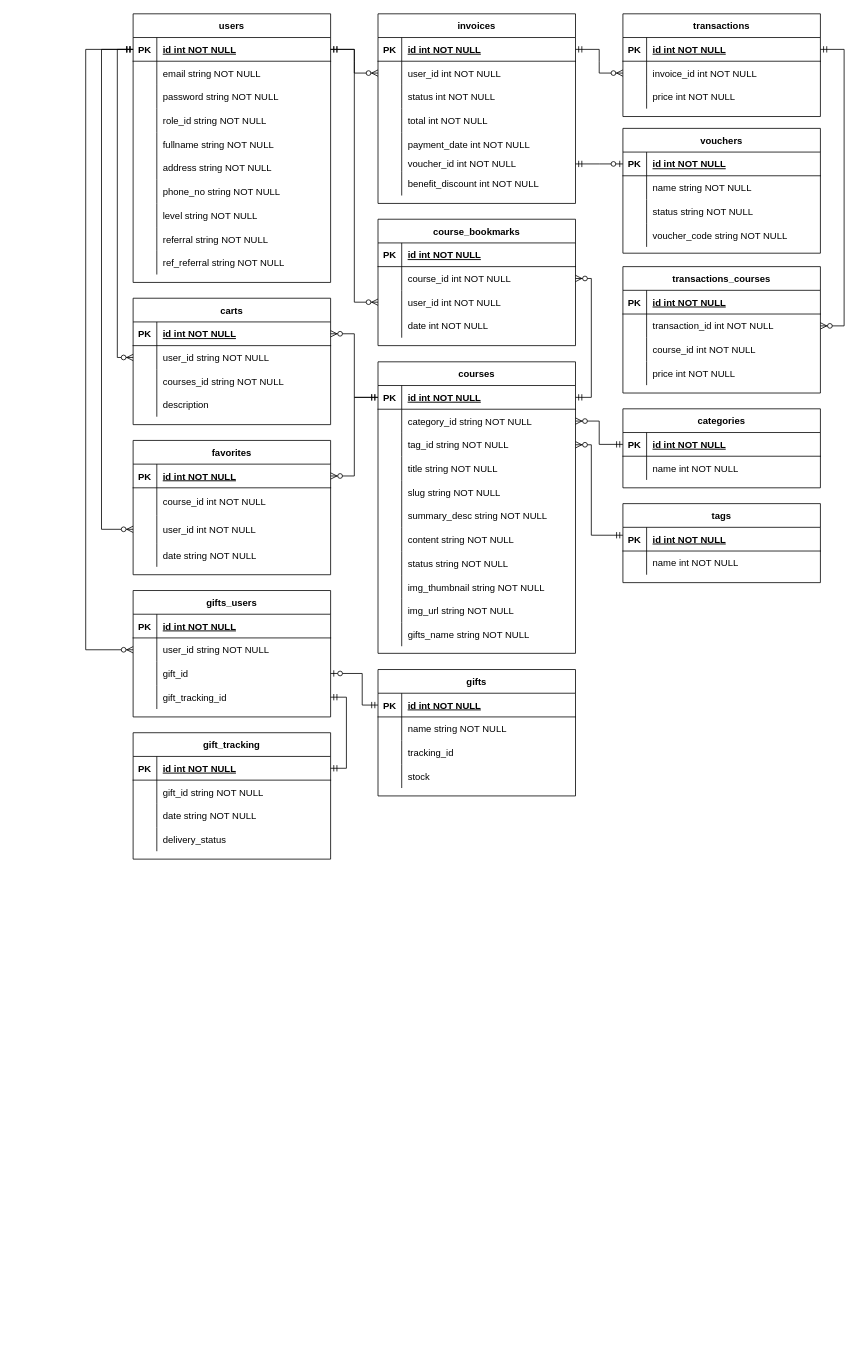
The draw.io diagram online-learning.drawio in azmiadhani/diagramsnet, before the edit. Source tidied: cells renumbered, new cells numbered last; positions are measured from the earlier drawing's top-left corner, leaving out a move shared by most shapes. Both pictures are drawn from the tidied source at 79%, with x=0, y=0 at pixel (6, 13).
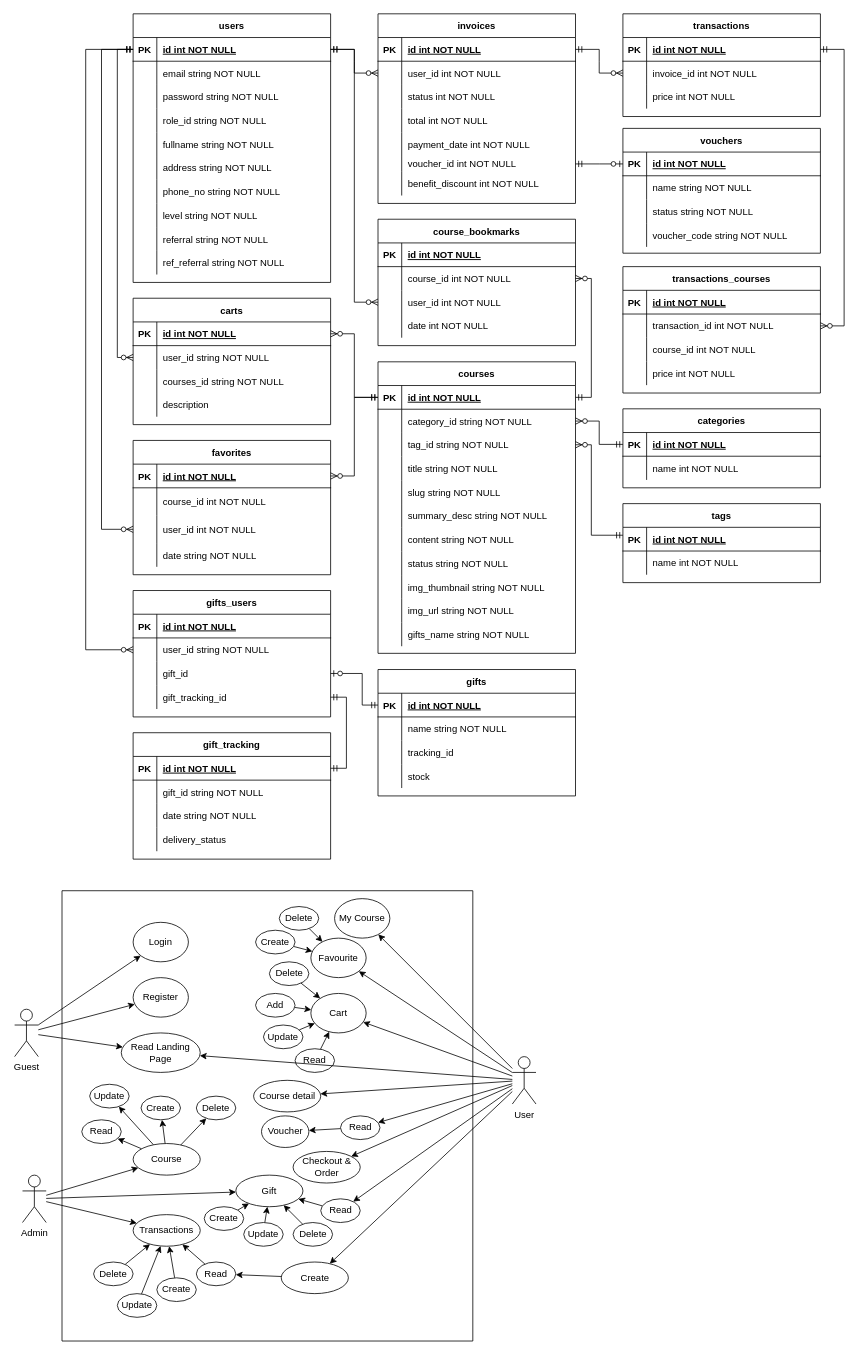
After the change.

Diff of the diagram source:
```diff
@@
+    <mxCell id="232" value="Guest" style="shape=umlActor;verticalLabelPosition=bottom;verticalAlign=top;html=1;outlineConnect=0;" parent="1" vertex="1">
+      <mxGeometry x="10" y="1260" width="30" height="60" as="geometry" />
+    </mxCell>
+    <mxCell id="233" style="edgeStyle=none;rounded=0;jettySize=auto;html=1;" parent="1" edge="1" source="238" target="260">
+      <mxGeometry relative="1" as="geometry" />
+    </mxCell>
+    <mxCell id="234" style="edgeStyle=none;rounded=0;jettySize=auto;html=1;" parent="1" edge="1" source="238" target="261">
+      <mxGeometry relative="1" as="geometry" />
+    </mxCell>
+    <mxCell id="235" style="edgeStyle=none;rounded=0;jettySize=auto;html=1;" parent="1" edge="1" source="238" target="263">
+      <mxGeometry relative="1" as="geometry" />
+    </mxCell>
+    <mxCell id="236" style="edgeStyle=none;rounded=0;jettySize=auto;html=1;" parent="1" edge="1" source="238" target="264">
+      <mxGeometry relative="1" as="geometry" />
+    </mxCell>
+    <mxCell id="237" style="edgeStyle=none;rounded=0;jettySize=auto;html=1;" parent="1" edge="1" source="238" target="273">
+      <mxGeometry relative="1" as="geometry" />
+    </mxCell>
+    <mxCell id="238" value="User" style="shape=umlActor;verticalLabelPosition=bottom;verticalAlign=top;html=1;outlineConnect=0;" parent="1" vertex="1">
+      <mxGeometry x="640" y="1320" width="30" height="60" as="geometry" />
+    </mxCell>
+    <mxCell id="239" style="swimlane;startSize=0;" parent="1" vertex="1">
+      <mxGeometry x="70" y="1110" width="520" height="570" as="geometry" />
+    </mxCell>
+    <mxCell id="240" value="Login" style="ellipse;whiteSpace=wrap;html=1;" parent="239" vertex="1">
+      <mxGeometry x="90" y="40" width="70" height="50" as="geometry" />
+    </mxCell>
+    <mxCell id="241" value="Register" style="ellipse;whiteSpace=wrap;html=1;" parent="239" vertex="1">
+      <mxGeometry x="90" y="110" width="70" height="50" as="geometry" />
+    </mxCell>
+    <mxCell id="242" value="Read Landing Page" style="ellipse;whiteSpace=wrap;html=1;" parent="239" vertex="1">
+      <mxGeometry x="75" y="180" width="100" height="50" as="geometry" />
+    </mxCell>
+    <mxCell id="243" value="My Course" style="ellipse;whiteSpace=wrap;html=1;" parent="239" vertex="1">
+      <mxGeometry x="345" y="10" width="70" height="50" as="geometry" />
+    </mxCell>
+    <mxCell id="244" value="Favourite" style="ellipse;whiteSpace=wrap;html=1;" parent="239" vertex="1">
+      <mxGeometry x="315" y="60" width="70" height="50" as="geometry" />
+    </mxCell>
+    <mxCell id="245" value="Cart" style="ellipse;whiteSpace=wrap;html=1;" parent="239" vertex="1">
+      <mxGeometry x="315" y="130" width="70" height="50" as="geometry" />
+    </mxCell>
+    <mxCell id="246" style="edgeStyle=none;rounded=0;jettySize=auto;html=1;" parent="239" edge="1" source="247" target="245">
+      <mxGeometry relative="1" as="geometry" />
+    </mxCell>
+    <mxCell id="247" value="Delete" style="ellipse;whiteSpace=wrap;html=1;" parent="239" vertex="1">
+      <mxGeometry x="262.5" y="90" width="50" height="30" as="geometry" />
+    </mxCell>
+    <mxCell id="248" style="edgeStyle=none;rounded=0;jettySize=auto;html=1;" parent="239" edge="1" source="249" target="245">
+      <mxGeometry relative="1" as="geometry" />
+    </mxCell>
+    <mxCell id="249" value="Add" style="ellipse;whiteSpace=wrap;html=1;" parent="239" vertex="1">
+      <mxGeometry x="245" y="130" width="50" height="30" as="geometry" />
+    </mxCell>
+    <mxCell id="250" style="edgeStyle=none;rounded=0;jettySize=auto;html=1;" parent="239" edge="1" source="251" target="245">
+      <mxGeometry relative="1" as="geometry" />
+    </mxCell>
+    <mxCell id="251" value="Update" style="ellipse;whiteSpace=wrap;html=1;" parent="239" vertex="1">
+      <mxGeometry x="255" y="170" width="50" height="30" as="geometry" />
+    </mxCell>
+    <mxCell id="252" style="edgeStyle=none;rounded=0;jettySize=auto;html=1;" parent="239" edge="1" source="253" target="245">
+      <mxGeometry relative="1" as="geometry" />
+    </mxCell>
+    <mxCell id="253" value="Read" style="ellipse;whiteSpace=wrap;html=1;" parent="239" vertex="1">
+      <mxGeometry x="295" y="200" width="50" height="30" as="geometry" />
+    </mxCell>
+    <mxCell id="254" style="edgeStyle=none;rounded=0;jettySize=auto;html=1;" parent="239" edge="1" source="255" target="244">
+      <mxGeometry relative="1" as="geometry" />
+    </mxCell>
+    <mxCell id="255" value="Create" style="ellipse;whiteSpace=wrap;html=1;" parent="239" vertex="1">
+      <mxGeometry x="245" y="50" width="50" height="30" as="geometry" />
+    </mxCell>
+    <mxCell id="256" style="edgeStyle=none;rounded=0;jettySize=auto;html=1;" parent="239" edge="1" source="257" target="244">
+      <mxGeometry relative="1" as="geometry" />
+    </mxCell>
+    <mxCell id="257" value="Delete" style="ellipse;whiteSpace=wrap;html=1;" parent="239" vertex="1">
+      <mxGeometry x="275" y="20" width="50" height="30" as="geometry" />
+    </mxCell>
+    <mxCell id="258" value="Voucher" style="ellipse;whiteSpace=wrap;html=1;" parent="239" vertex="1">
+      <mxGeometry x="252.5" y="285" width="60" height="40" as="geometry" />
+    </mxCell>
+    <mxCell id="259" style="edgeStyle=none;rounded=0;jettySize=auto;html=1;" parent="239" edge="1" source="260" target="258">
+      <mxGeometry relative="1" as="geometry" />
+    </mxCell>
+    <mxCell id="260" value="Read" style="ellipse;whiteSpace=wrap;html=1;" parent="239" vertex="1">
+      <mxGeometry x="352.5" y="285" width="50" height="30" as="geometry" />
+    </mxCell>
+    <mxCell id="261" value="Checkout &amp;amp; Order" style="ellipse;whiteSpace=wrap;html=1;" parent="239" vertex="1">
+      <mxGeometry x="292.5" y="330" width="85" height="40" as="geometry" />
+    </mxCell>
+    <mxCell id="262" style="edgeStyle=none;rounded=0;jettySize=auto;html=1;" parent="239" edge="1" source="263" target="285">
+      <mxGeometry relative="1" as="geometry" />
+    </mxCell>
+    <mxCell id="263" value="Create" style="ellipse;whiteSpace=wrap;html=1;" parent="239" vertex="1">
+      <mxGeometry x="277.5" y="470" width="85" height="40" as="geometry" />
+    </mxCell>
+    <mxCell id="264" value="Course detail" style="ellipse;whiteSpace=wrap;html=1;" parent="239" vertex="1">
+      <mxGeometry x="242.5" y="240" width="85" height="40" as="geometry" />
+    </mxCell>
+    <mxCell id="265" value="Gift" style="ellipse;whiteSpace=wrap;html=1;" parent="239" vertex="1">
+      <mxGeometry x="220" y="360" width="85" height="40" as="geometry" />
+    </mxCell>
+    <mxCell id="266" style="edgeStyle=none;rounded=0;jettySize=auto;html=1;" parent="239" edge="1" source="267" target="265">
+      <mxGeometry relative="1" as="geometry" />
+    </mxCell>
+    <mxCell id="267" value="Delete" style="ellipse;whiteSpace=wrap;html=1;" parent="239" vertex="1">
+      <mxGeometry x="292.5" y="420" width="50" height="30" as="geometry" />
+    </mxCell>
+    <mxCell id="268" style="edgeStyle=none;rounded=0;jettySize=auto;html=1;" parent="239" edge="1" source="269" target="265">
+      <mxGeometry relative="1" as="geometry" />
+    </mxCell>
+    <mxCell id="269" value="Create" style="ellipse;whiteSpace=wrap;html=1;" parent="239" vertex="1">
+      <mxGeometry x="180" y="400" width="50" height="30" as="geometry" />
+    </mxCell>
+    <mxCell id="270" style="edgeStyle=none;rounded=0;jettySize=auto;html=1;" parent="239" edge="1" source="271" target="265">
+      <mxGeometry relative="1" as="geometry" />
+    </mxCell>
+    <mxCell id="271" value="Update" style="ellipse;whiteSpace=wrap;html=1;" parent="239" vertex="1">
+      <mxGeometry x="230" y="420" width="50" height="30" as="geometry" />
+    </mxCell>
+    <mxCell id="272" style="edgeStyle=none;rounded=0;jettySize=auto;html=1;" parent="239" edge="1" source="273" target="265">
+      <mxGeometry relative="1" as="geometry" />
+    </mxCell>
+    <mxCell id="273" value="Read" style="ellipse;whiteSpace=wrap;html=1;" parent="239" vertex="1">
+      <mxGeometry x="327.5" y="390" width="50" height="30" as="geometry" />
+    </mxCell>
+    <mxCell id="274" style="edgeStyle=none;rounded=0;jettySize=auto;html=1;" parent="239" edge="1" source="278" target="279">
+      <mxGeometry relative="1" as="geometry" />
+    </mxCell>
+    <mxCell id="275" style="edgeStyle=none;rounded=0;jettySize=auto;html=1;" parent="239" edge="1" source="278" target="280">
+      <mxGeometry relative="1" as="geometry" />
+    </mxCell>
+    <mxCell id="276" style="edgeStyle=none;rounded=0;jettySize=auto;html=1;" parent="239" edge="1" source="278" target="282">
+      <mxGeometry relative="1" as="geometry" />
+    </mxCell>
+    <mxCell id="277" style="edgeStyle=none;rounded=0;jettySize=auto;html=1;" parent="239" edge="1" source="278" target="281">
+      <mxGeometry relative="1" as="geometry" />
+    </mxCell>
+    <mxCell id="278" value="Course" style="ellipse;whiteSpace=wrap;html=1;" parent="239" vertex="1">
+      <mxGeometry x="90" y="320" width="85" height="40" as="geometry" />
+    </mxCell>
+    <mxCell id="279" value="Create" style="ellipse;whiteSpace=wrap;html=1;" parent="239" vertex="1">
+      <mxGeometry x="100" y="260" width="50" height="30" as="geometry" />
+    </mxCell>
+    <mxCell id="280" value="Update" style="ellipse;whiteSpace=wrap;html=1;" parent="239" vertex="1">
+      <mxGeometry x="35" y="245" width="50" height="30" as="geometry" />
+    </mxCell>
+    <mxCell id="281" value="Delete" style="ellipse;whiteSpace=wrap;html=1;" parent="239" vertex="1">
+      <mxGeometry x="170" y="260" width="50" height="30" as="geometry" />
+    </mxCell>
+    <mxCell id="282" value="Read" style="ellipse;whiteSpace=wrap;html=1;" parent="239" vertex="1">
+      <mxGeometry x="25" y="290" width="50" height="30" as="geometry" />
+    </mxCell>
+    <mxCell id="283" value="Transactions" style="ellipse;whiteSpace=wrap;html=1;" parent="239" vertex="1">
+      <mxGeometry x="90" y="410" width="85" height="40" as="geometry" />
+    </mxCell>
+    <mxCell id="284" style="edgeStyle=none;rounded=0;jettySize=auto;html=1;" parent="239" edge="1" source="285" target="283">
+      <mxGeometry relative="1" as="geometry" />
+    </mxCell>
+    <mxCell id="285" value="Read" style="ellipse;whiteSpace=wrap;html=1;" parent="239" vertex="1">
+      <mxGeometry x="170" y="470" width="50" height="30" as="geometry" />
+    </mxCell>
+    <mxCell id="286" style="edgeStyle=none;rounded=0;jettySize=auto;html=1;" parent="239" edge="1" source="287" target="283">
+      <mxGeometry relative="1" as="geometry" />
+    </mxCell>
+    <mxCell id="287" value="Create" style="ellipse;whiteSpace=wrap;html=1;" parent="239" vertex="1">
+      <mxGeometry x="120" y="490" width="50" height="30" as="geometry" />
+    </mxCell>
+    <mxCell id="288" style="edgeStyle=none;rounded=0;jettySize=auto;html=1;" parent="239" edge="1" source="289" target="283">
+      <mxGeometry relative="1" as="geometry" />
+    </mxCell>
+    <mxCell id="289" value="Delete" style="ellipse;whiteSpace=wrap;html=1;" parent="239" vertex="1">
+      <mxGeometry x="40" y="470" width="50" height="30" as="geometry" />
+    </mxCell>
+    <mxCell id="290" style="edgeStyle=none;rounded=0;jettySize=auto;html=1;" parent="239" edge="1" source="291" target="283">
+      <mxGeometry relative="1" as="geometry" />
+    </mxCell>
+    <mxCell id="291" value="Update" style="ellipse;whiteSpace=wrap;html=1;" parent="239" vertex="1">
+      <mxGeometry x="70" y="510" width="50" height="30" as="geometry" />
+    </mxCell>
+    <mxCell id="292" style="rounded=0;jettySize=auto;html=1;" parent="1" edge="1" source="232" target="240">
+      <mxGeometry relative="1" as="geometry" />
+    </mxCell>
+    <mxCell id="293" style="edgeStyle=none;rounded=0;jettySize=auto;html=1;" parent="1" edge="1" source="232" target="241">
+      <mxGeometry relative="1" as="geometry" />
+    </mxCell>
+    <mxCell id="294" style="rounded=0;jettySize=auto;html=1;" parent="1" edge="1" source="232" target="242">
+      <mxGeometry relative="1" as="geometry" />
+    </mxCell>
+    <mxCell id="295" style="edgeStyle=none;rounded=0;jettySize=auto;html=1;" parent="1" edge="1" source="238" target="242">
+      <mxGeometry relative="1" as="geometry" />
+    </mxCell>
+    <mxCell id="296" style="edgeStyle=none;rounded=0;jettySize=auto;html=1;" parent="1" edge="1" source="238" target="243">
+      <mxGeometry relative="1" as="geometry" />
+    </mxCell>
+    <mxCell id="297" style="edgeStyle=none;rounded=0;jettySize=auto;html=1;" parent="1" edge="1" source="238" target="244">
+      <mxGeometry relative="1" as="geometry" />
+    </mxCell>
+    <mxCell id="298" style="edgeStyle=none;rounded=0;jettySize=auto;html=1;" parent="1" edge="1" source="238" target="245">
+      <mxGeometry relative="1" as="geometry" />
+    </mxCell>
+    <mxCell id="299" style="edgeStyle=none;rounded=0;jettySize=auto;html=1;" parent="1" edge="1" source="302" target="278">
+      <mxGeometry relative="1" as="geometry" />
+    </mxCell>
+    <mxCell id="300" style="edgeStyle=none;rounded=0;jettySize=auto;html=1;" parent="1" edge="1" source="302" target="265">
+      <mxGeometry relative="1" as="geometry" />
+    </mxCell>
+    <mxCell id="301" style="edgeStyle=none;rounded=0;jettySize=auto;html=1;" parent="1" edge="1" source="302" target="283">
+      <mxGeometry relative="1" as="geometry" />
+    </mxCell>
+    <mxCell id="302" value="Admin" style="shape=umlActor;verticalLabelPosition=bottom;verticalAlign=top;html=1;outlineConnect=0;" parent="1" vertex="1">
+      <mxGeometry x="20" y="1470" width="30" height="60" as="geometry" />
+    </mxCell>
+    <mxCell id="303" style="edgeStyle=none;rounded=0;orthogonalLoop=1;jettySize=auto;html=1;exitX=0;exitY=0.3333333333333333;exitDx=0;exitDy=0;exitPerimeter=0;" parent="1" edge="1" source="302" target="302">
+      <mxGeometry relative="1" as="geometry" />
+    </mxCell>
```
